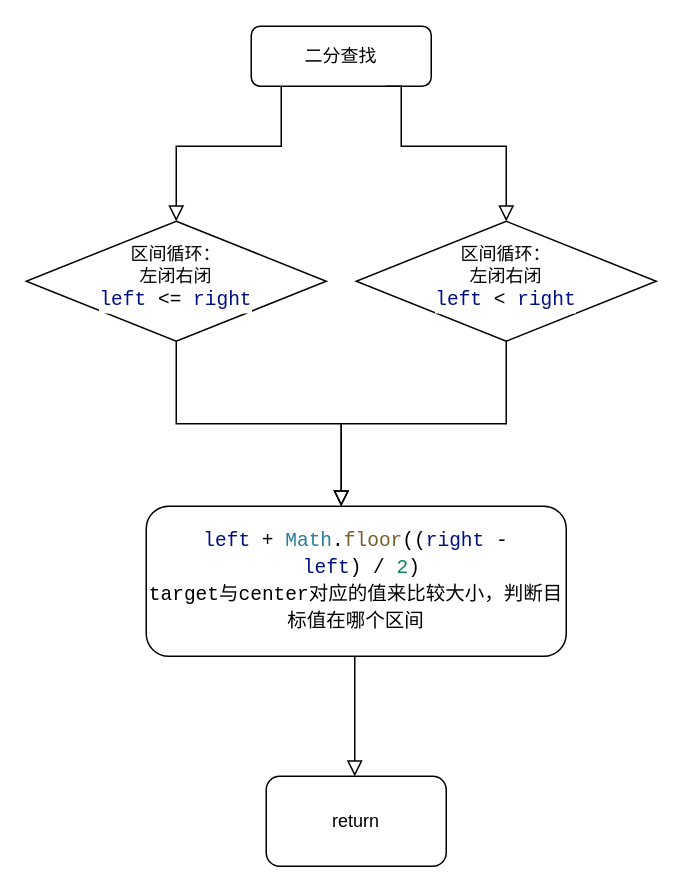
Above: 算法题解/1、二分查找.drawio in verthandi618/drawio (draw.io), before the change. Source tidied: cells renumbered, new cells numbered last; positions are measured from the earlier drawing's top-left corner, leaving out a move shared by most shapes. Both pictures are drawn from the tidied source at 150%, with x=0, y=0 at pixel (26, 26).
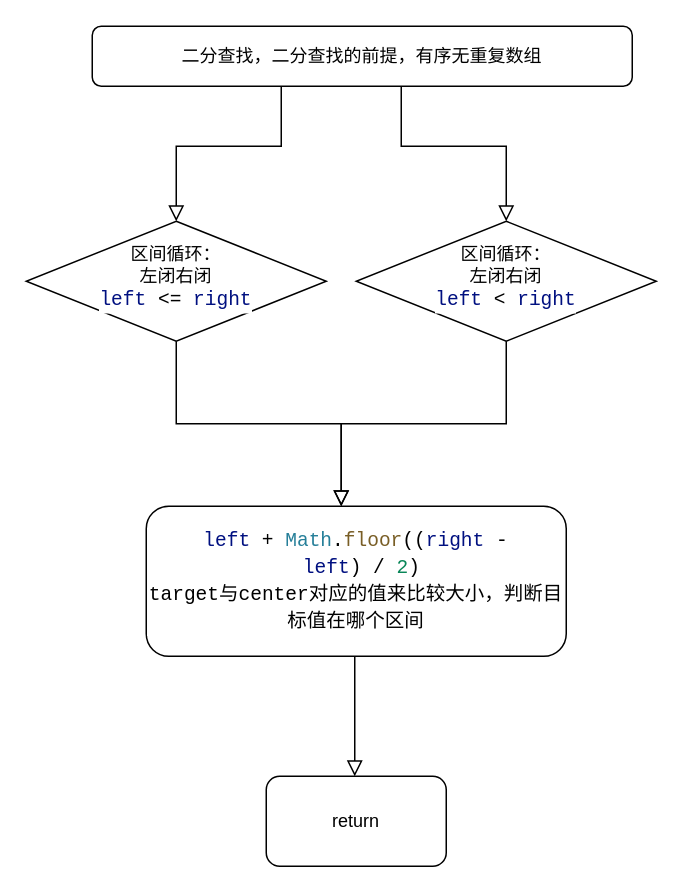
Above is the later version.

Commit message (it also covers changes not shown here):
更新1、二分查找.drawio

Diff of the diagram source:
```diff
@@
-    <mxCell id="3" value="二分查找" style="rounded=1;whiteSpace=wrap;html=1;fontSize=12;glass=0;strokeWidth=1;shadow=0;" parent="1" vertex="1">
-      <mxGeometry x="150" width="120" height="40" as="geometry" />
+    <mxCell id="3" value="二分查找，二分查找的前提，有序无重复数组" style="rounded=1;whiteSpace=wrap;html=1;fontSize=12;glass=0;strokeWidth=1;shadow=0;" parent="1" vertex="1">
+      <mxGeometry x="44" width="360" height="40" as="geometry" />
     </mxCell>
@@
     <mxCell id="7" style="rounded=0;html=1;jettySize=auto;orthogonalLoop=1;fontSize=11;endArrow=block;endFill=0;endSize=8;strokeWidth=1;shadow=0;labelBackgroundColor=none;edgeStyle=orthogonalEdgeStyle;" parent="5" edge="1">
       <mxGeometry relative="1" as="geometry">
-        <mxPoint x="240" y="40" as="sourcePoint" />
+        <mxPoint x="250" y="40" as="sourcePoint" />
         <mxPoint x="320" y="130" as="targetPoint" />
         <Array as="points">
           <mxPoint x="250" y="40" />
           <mxPoint x="250" y="80" />
           <mxPoint x="320" y="80" />
         </Array>
       </mxGeometry>
     </mxCell>
```
